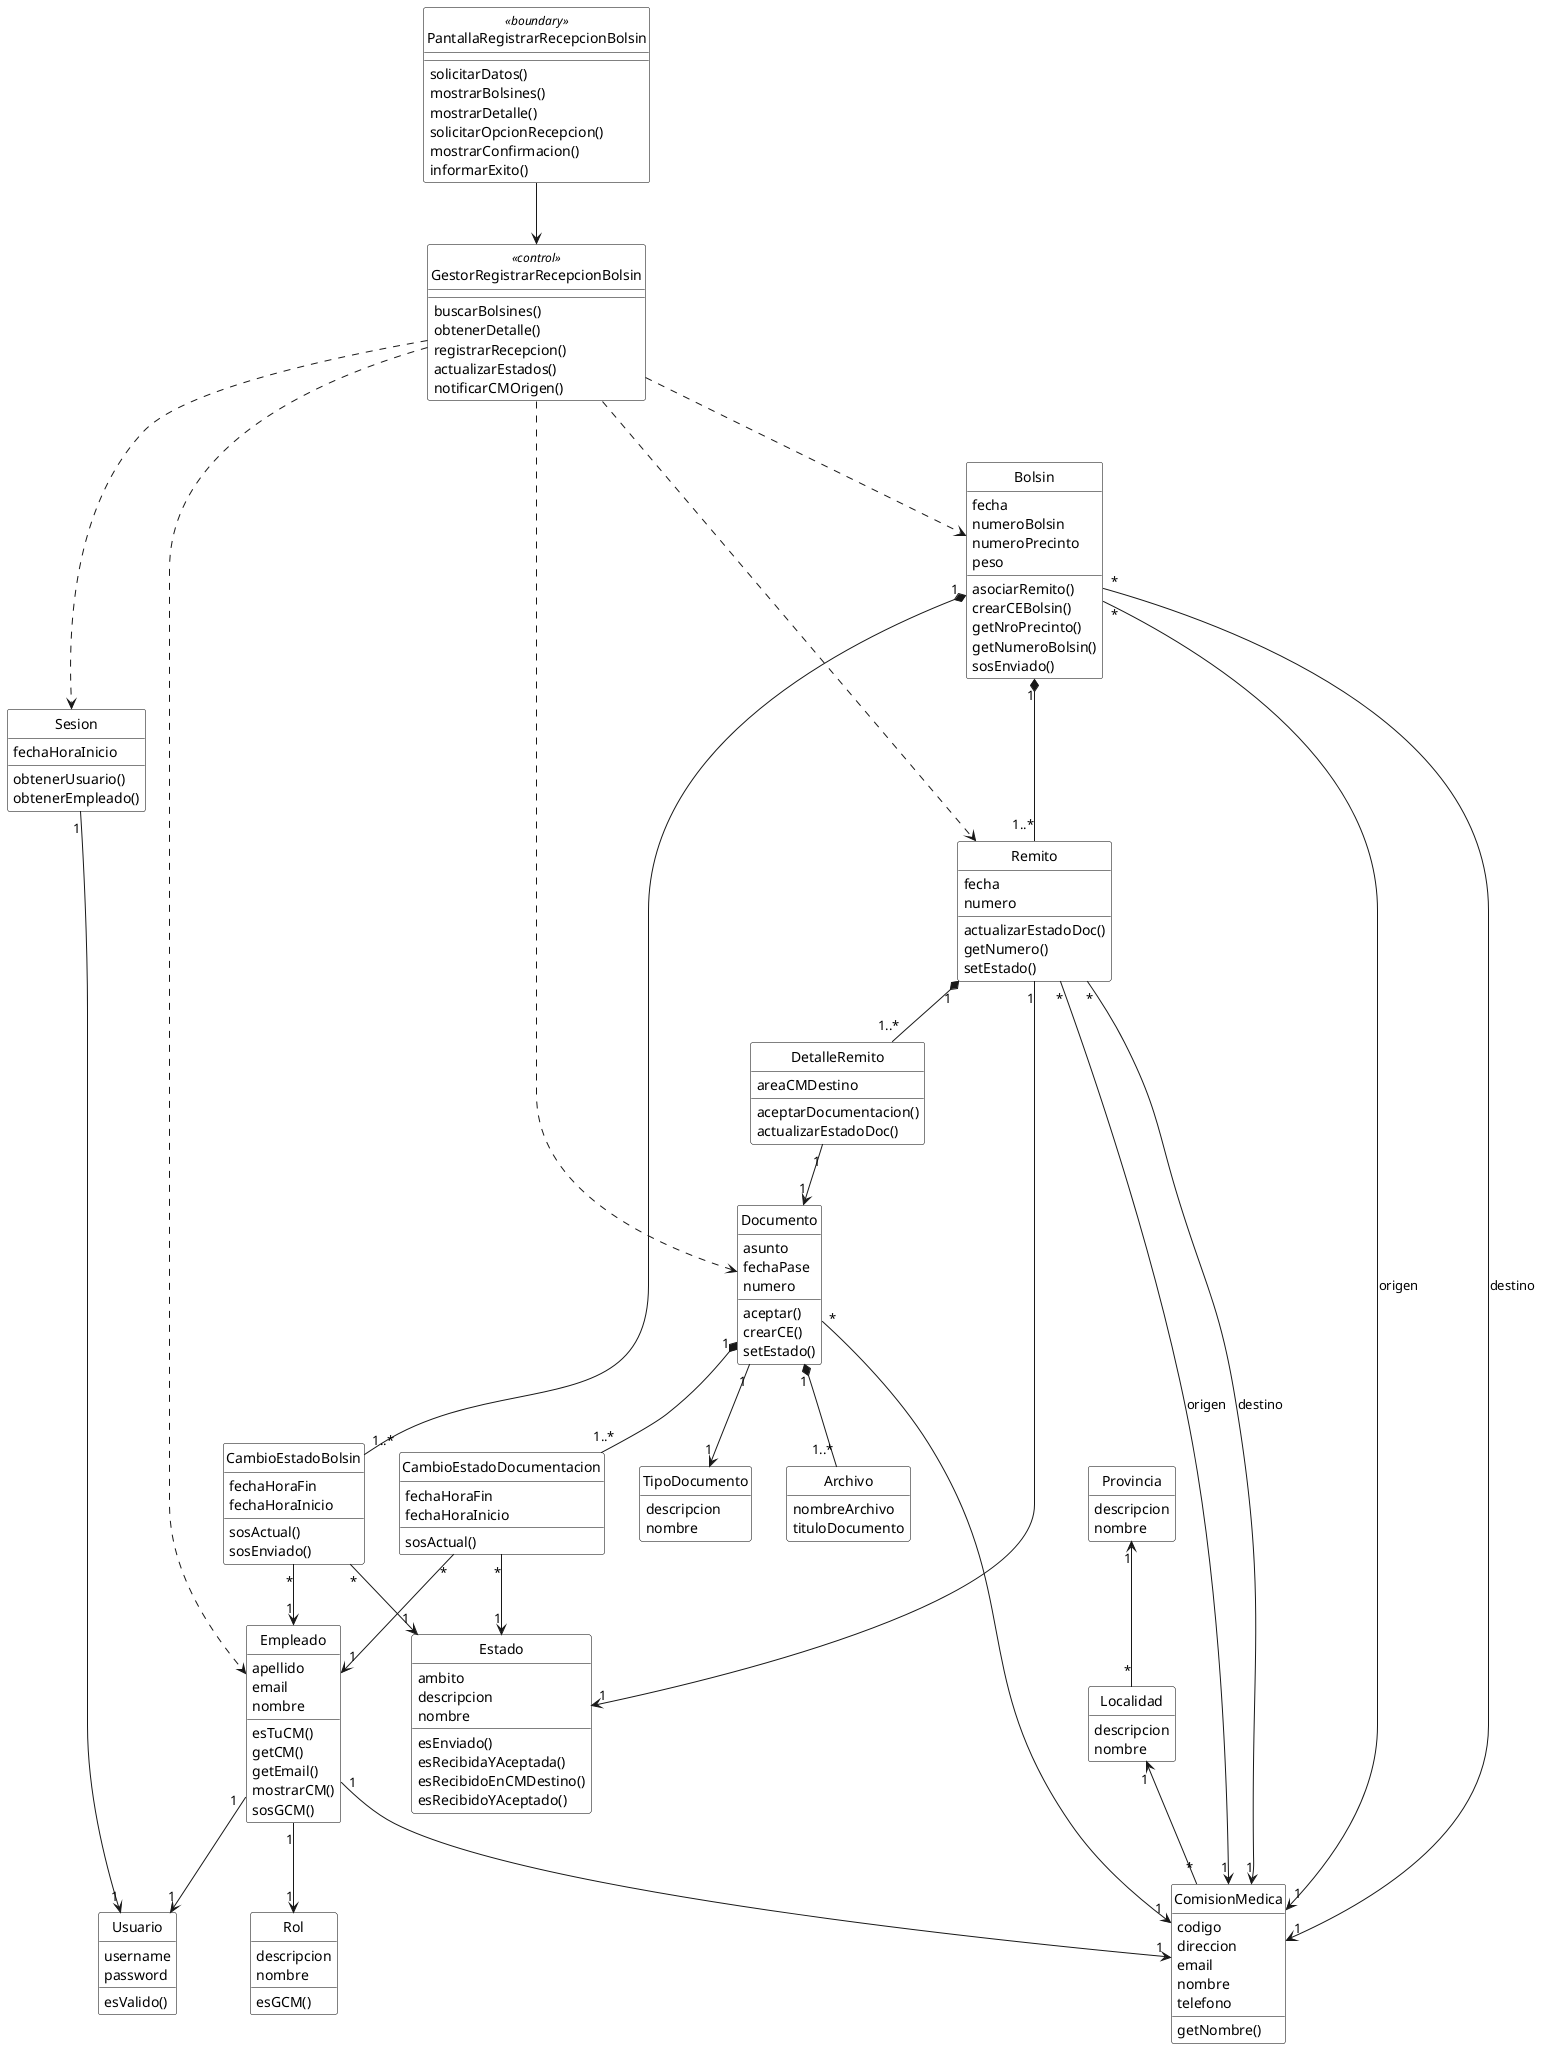
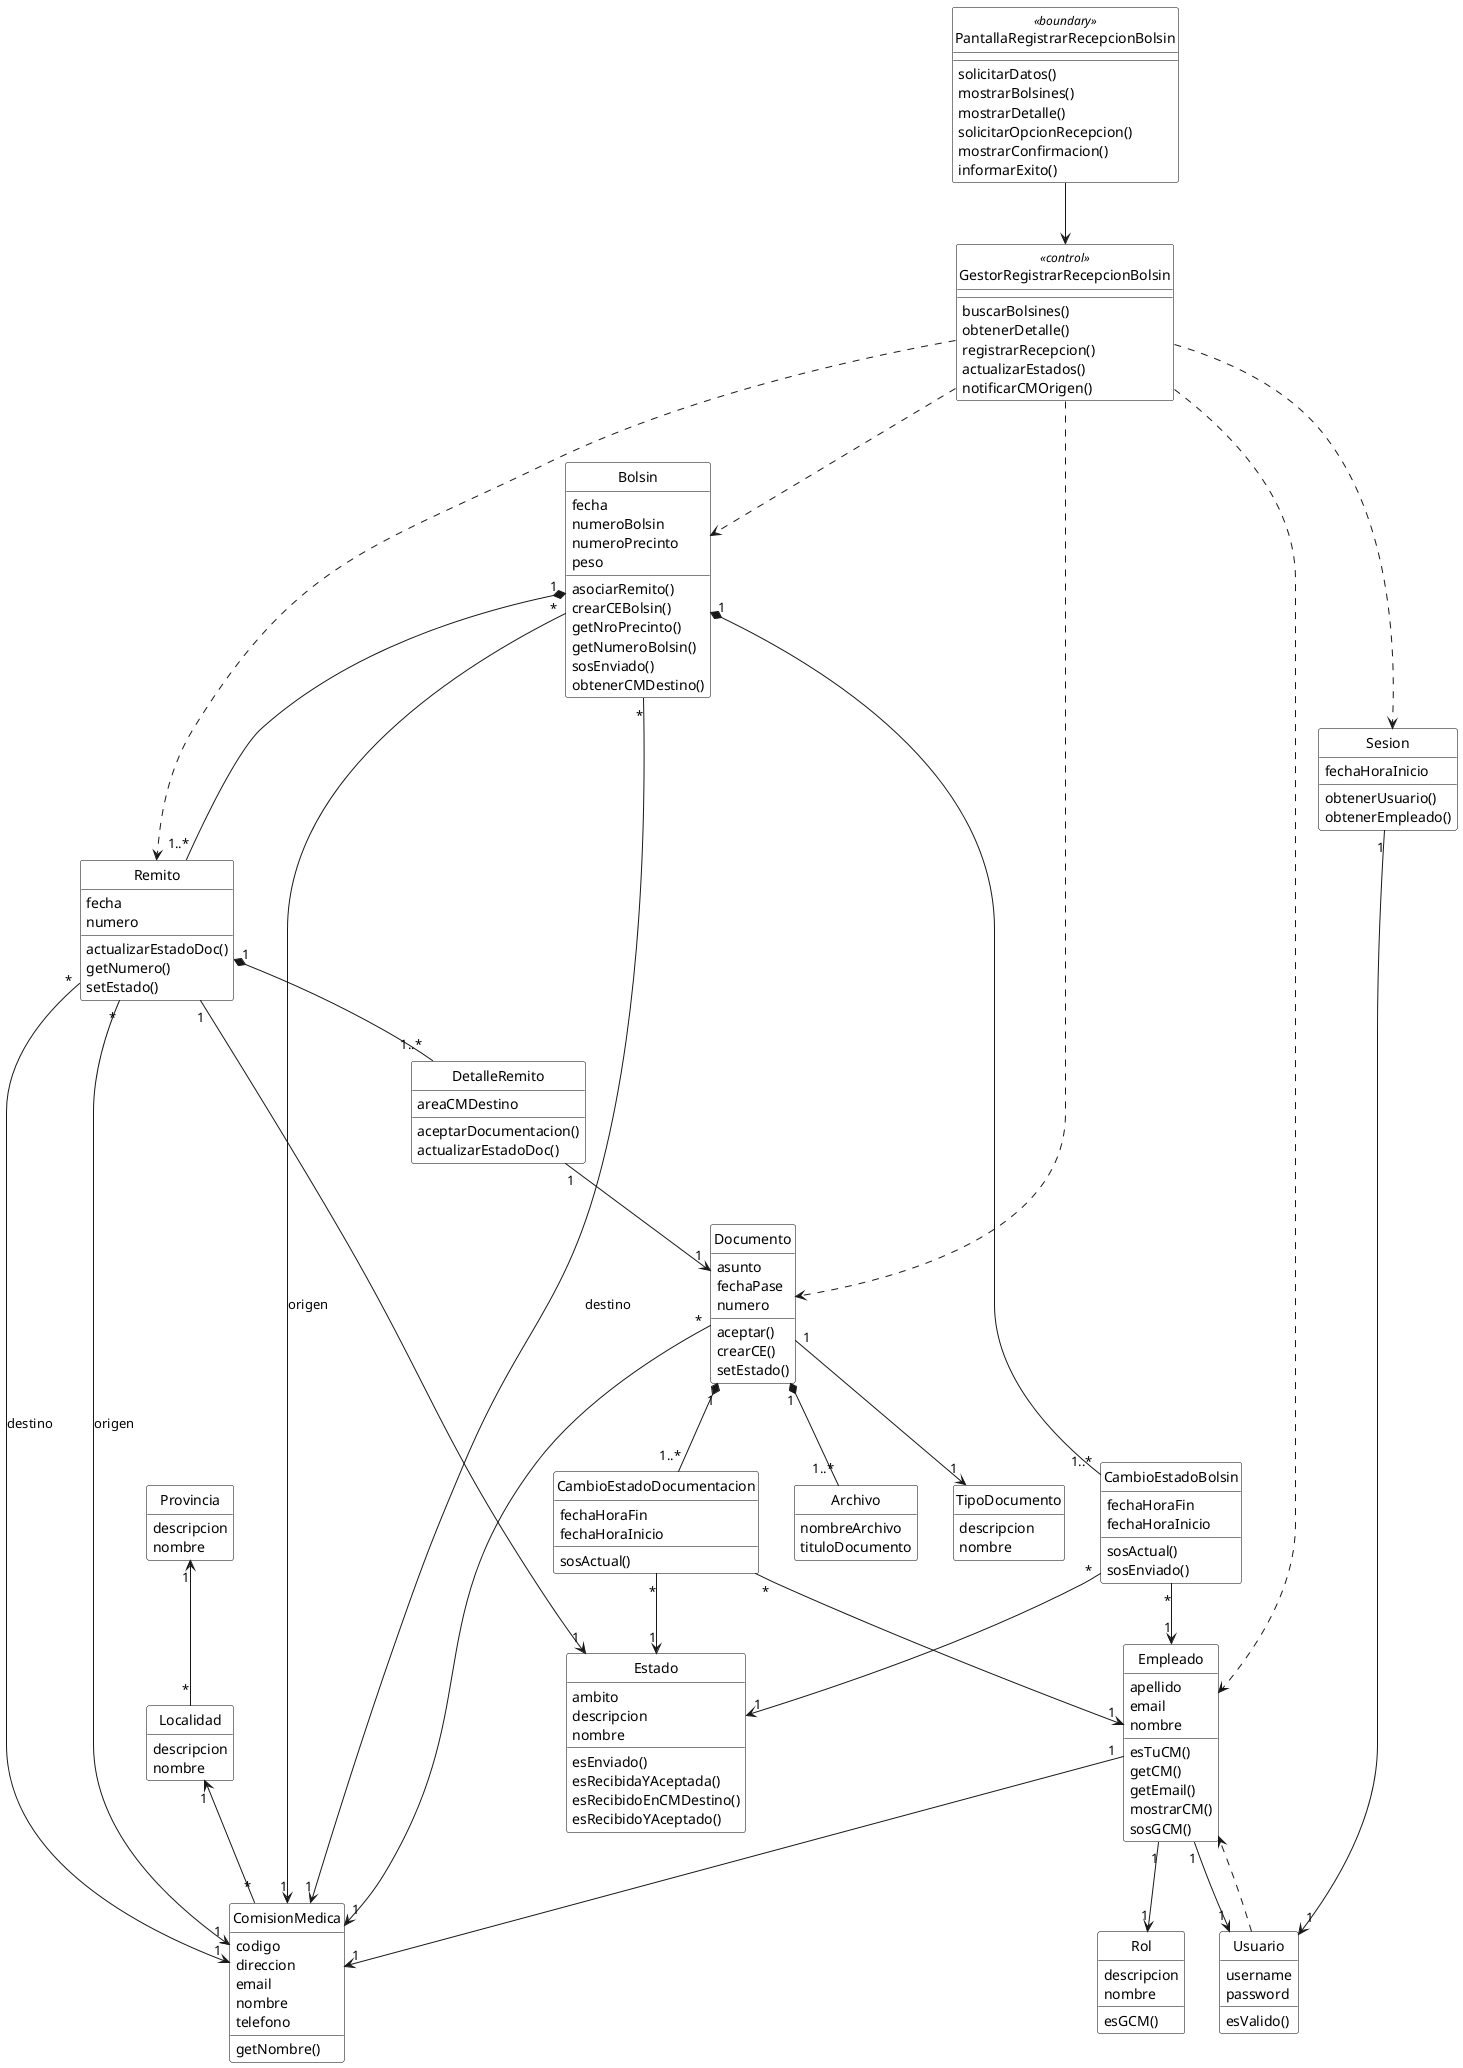
@startuml

skinparam classAttributeIconSize 0
skinparam class {
  BackgroundColor White
  BorderColor Black
}

hide empty methods
hide circle

' =========================
' ENTIDADES
' =========================

class Provincia {
  descripcion
  nombre
}

class Localidad {
  descripcion
  nombre
}

class Usuario {
  username
  password

  esValido()
}

class Sesion {
  fechaHoraInicio

  obtenerUsuario()
  obtenerEmpleado()
}

class Empleado {
  apellido
  email
  nombre

  esTuCM()
  getCM()
  getEmail()
  mostrarCM()
  sosGCM()
}

class Rol {
  descripcion
  nombre

  esGCM()
}

class TipoDocumento {
  descripcion
  nombre
}

class Archivo {
  nombreArchivo
  tituloDocumento
}

class ComisionMedica {
  codigo
  direccion
  email
  nombre
  telefono

  getNombre()
}

class Documento {
  asunto
  fechaPase
  numero

  aceptar()
  crearCE()
  setEstado()
}

class Estado {
  ambito
  descripcion
  nombre

  esEnviado()
  esRecibidaYAceptada()
  esRecibidoEnCMDestino()
  esRecibidoYAceptado()
}

class CambioEstadoDocumentacion {
  fechaHoraFin
  fechaHoraInicio

  sosActual()
}

class DetalleRemito {
  areaCMDestino

  aceptarDocumentacion()
  actualizarEstadoDoc()
}

class Remito {
  fecha
  numero

  actualizarEstadoDoc()
  getNumero()
  setEstado()
}

class Bolsin {
  fecha
  numeroBolsin
  numeroPrecinto
  peso

  asociarRemito()
  crearCEBolsin()
  getNroPrecinto()
  getNumeroBolsin()
  sosEnviado()
+   obtenerCMDestino()
}

class CambioEstadoBolsin {
  fechaHoraFin
  fechaHoraInicio

  sosActual()
  sosEnviado()
}

' =========================
' CLASES DE FRONTERA Y CONTROL
' =========================

class PantallaRegistrarRecepcionBolsin <<boundary>> {
  solicitarDatos()
  mostrarBolsines()
  mostrarDetalle()
  solicitarOpcionRecepcion()
  mostrarConfirmacion()
  informarExito()
}

class GestorRegistrarRecepcionBolsin <<control>> {
  buscarBolsines()
  obtenerDetalle()
  registrarRecepcion()
  actualizarEstados()
  notificarCMOrigen()
}

' =========================
' RELACIONES
' =========================

Provincia "1" <-- "*" Localidad
Localidad "1" <-- "*" ComisionMedica

Sesion "1" --> "1" Usuario
+ Usuario ..> Empleado

Empleado "1" --> "1" Rol
Empleado "1" --> "1" Usuario
Empleado "1" --> "1" ComisionMedica

Documento "1" --> "1" TipoDocumento
Documento "1" *-- "1..*" Archivo
Documento "*" --> "1" ComisionMedica
Documento "1" *-- "1..*" CambioEstadoDocumentacion

CambioEstadoDocumentacion "*" --> "1" Estado
CambioEstadoDocumentacion "*" --> "1" Empleado

DetalleRemito "1" --> "1" Documento

Remito "1" --> "1" Estado
Remito "1" *-- "1..*" DetalleRemito
Remito "*" --> "1" ComisionMedica : origen
Remito "*" --> "1" ComisionMedica : destino

Bolsin "1" *-- "1..*" Remito
Bolsin "*" --> "1" ComisionMedica : origen
Bolsin "*" --> "1" ComisionMedica : destino
Bolsin "1" *-- "1..*" CambioEstadoBolsin

CambioEstadoBolsin "*" --> "1" Estado
CambioEstadoBolsin "*" --> "1" Empleado

PantallaRegistrarRecepcionBolsin --> GestorRegistrarRecepcionBolsin
GestorRegistrarRecepcionBolsin ..> Sesion
GestorRegistrarRecepcionBolsin ..> Bolsin
GestorRegistrarRecepcionBolsin ..> Remito
GestorRegistrarRecepcionBolsin ..> Documento
GestorRegistrarRecepcionBolsin ..> Empleado

@enduml